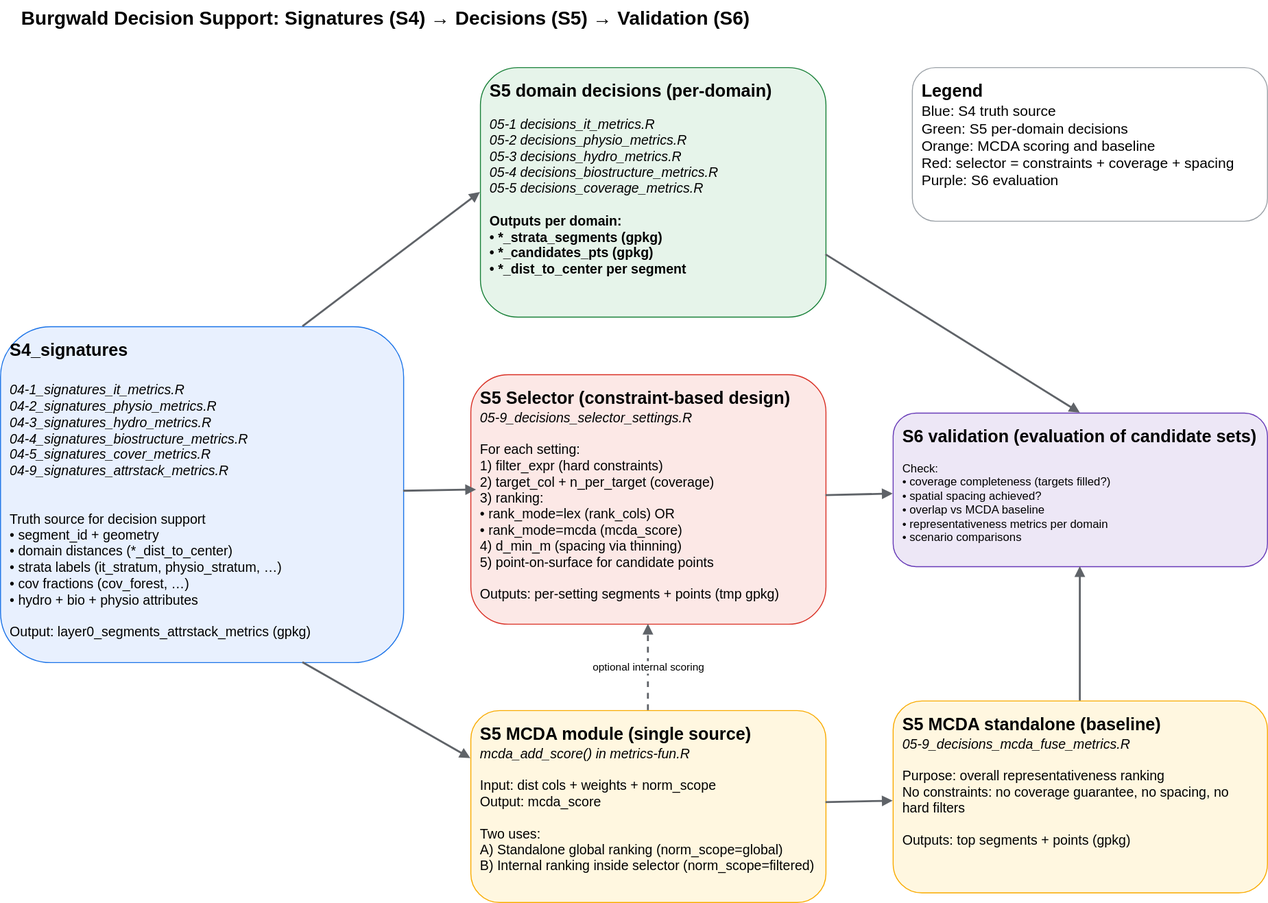
Before: images/05-9-overall-decision-path.drawio.svg, a diagram exported from draw.io (gisma-courses/LV-19-d19-006-25). Source tidied: cells renumbered, new cells last; positions are measured from the earlier drawing's top-left corner, leaving out a move shared by most shapes.
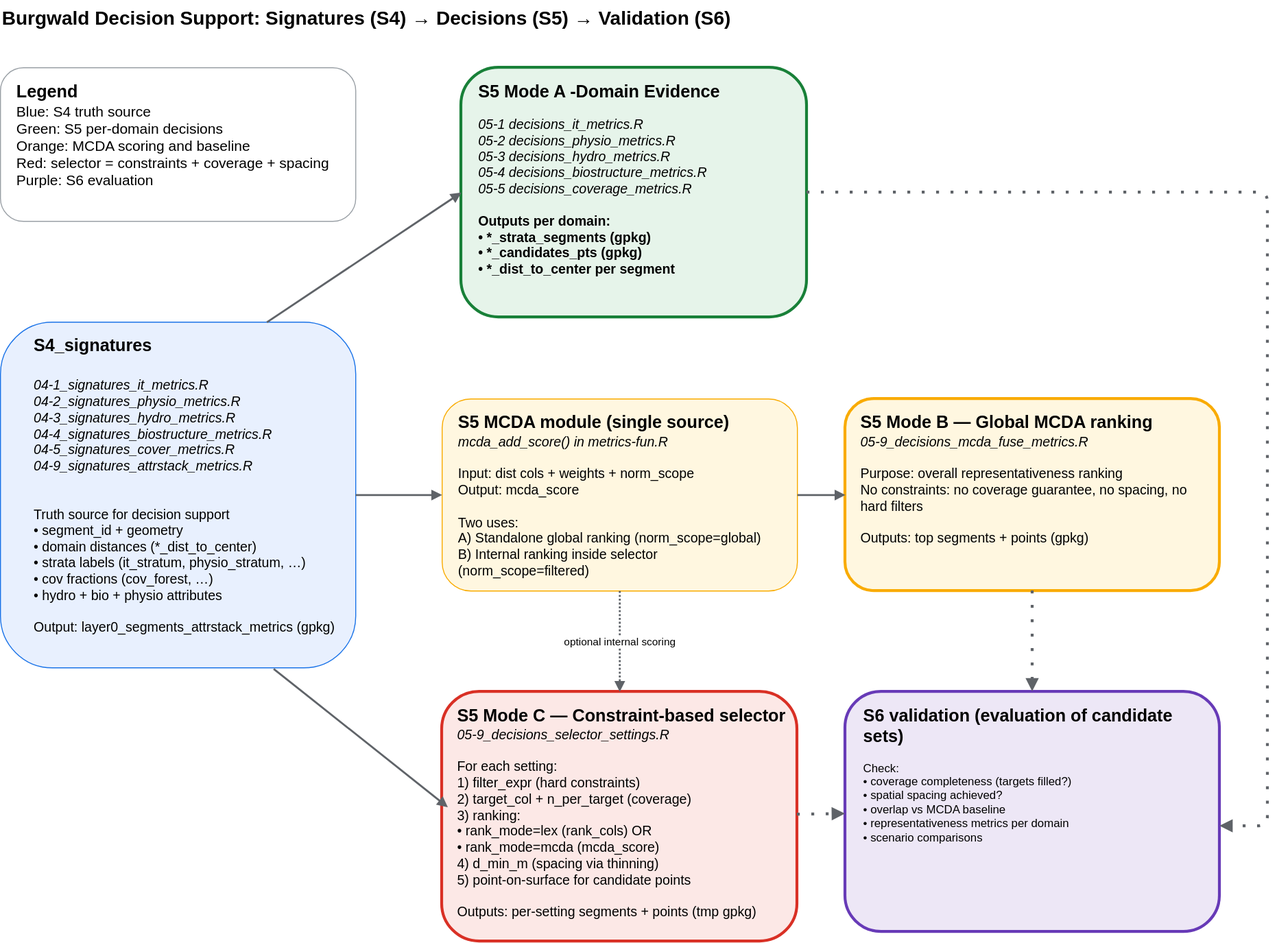
The same file after the commit.

Change to the diagram source:
```diff
@@ -5,50 +5,56 @@
     <mxCell id="2" value="Burgwald Decision Support: Signatures (S4) → Decisions (S5) → Validation (S6)" style="text;html=1;strokeColor=none;fillColor=none;align=left;verticalAlign=top;fontSize=20;fontStyle=1;" parent="1" vertex="1">
       <mxGeometry x="20" width="1200" height="40" as="geometry" />
     </mxCell>
-    <mxCell id="3" value="&lt;font style=&quot;font-size: 18px;&quot;&gt;&lt;b&gt;S4_signatures&lt;/b&gt;&lt;/font&gt;&lt;div&gt;&lt;font style=&quot;font-size: 18px;&quot;&gt;&lt;b&gt;&lt;br&gt;&lt;/b&gt;&lt;/font&gt;&lt;/div&gt;&lt;div&gt;&lt;font style=&quot;font-size: 14px;&quot;&gt;&lt;i&gt;&lt;div style=&quot;&quot;&gt;04-1_signatures_it_metrics.R&lt;/div&gt;&lt;div style=&quot;&quot;&gt;04-2_signatures_physio_metrics.R&lt;/div&gt;&lt;div style=&quot;&quot;&gt;04-3_signatures_hydro_metrics.R&lt;/div&gt;&lt;div style=&quot;&quot;&gt;04-4_signatures_biostructure_metrics.R&lt;/div&gt;&lt;div style=&quot;&quot;&gt;04-5_signatures_cover_metrics.R&lt;/div&gt;&lt;div style=&quot;&quot;&gt;04-9_signatures_attrstack_metrics.R&lt;/div&gt;&lt;/i&gt;&lt;/font&gt;&lt;font style=&quot;font-size: 14px;&quot;&gt;&lt;br&gt;&lt;br&gt;Truth source for decision support&lt;br&gt;• segment_id + geometry&lt;br&gt;• domain distances (*_dist_to_center)&lt;br&gt;• strata labels (it_stratum, physio_stratum, …)&lt;br&gt;• cov fractions (cov_forest, …)&lt;br&gt;• hydro + bio + physio attributes&lt;/font&gt;&lt;div&gt;&lt;font style=&quot;font-size: 14px;&quot;&gt;&lt;br&gt;&lt;/font&gt;&lt;/div&gt;&lt;div&gt;&lt;font style=&quot;font-size: 14px;&quot;&gt;Output: layer0_segments_attrstack_metrics (gpkg)&lt;/font&gt;&lt;/div&gt;&lt;/div&gt;" style="rounded=1;whiteSpace=wrap;html=1;fillColor=#E8F0FE;strokeColor=#1A73E8;fontSize=12;align=left;verticalAlign=top;spacing=10;" parent="1" vertex="1">
-      <mxGeometry y="340" width="420" height="350" as="geometry" />
+    <mxCell id="3" value="&lt;font style=&quot;font-size: 18px;&quot;&gt;&lt;b&gt;S4_signatures&lt;/b&gt;&lt;/font&gt;&lt;div&gt;&lt;font style=&quot;font-size: 18px;&quot;&gt;&lt;b&gt;&lt;br&gt;&lt;/b&gt;&lt;/font&gt;&lt;/div&gt;&lt;div&gt;&lt;font style=&quot;font-size: 14px;&quot;&gt;&lt;i&gt;&lt;div style=&quot;&quot;&gt;04-1_signatures_it_metrics.R&lt;/div&gt;&lt;div style=&quot;&quot;&gt;04-2_signatures_physio_metrics.R&lt;/div&gt;&lt;div style=&quot;&quot;&gt;04-3_signatures_hydro_metrics.R&lt;/div&gt;&lt;div style=&quot;&quot;&gt;04-4_signatures_biostructure_metrics.R&lt;/div&gt;&lt;div style=&quot;&quot;&gt;04-5_signatures_cover_metrics.R&lt;/div&gt;&lt;div style=&quot;&quot;&gt;04-9_signatures_attrstack_metrics.R&lt;/div&gt;&lt;/i&gt;&lt;/font&gt;&lt;font style=&quot;font-size: 14px;&quot;&gt;&lt;br&gt;&lt;br&gt;Truth source for decision support&lt;br&gt;• segment_id + geometry&lt;br&gt;• domain distances (*_dist_to_center)&lt;br&gt;• strata labels (it_stratum, physio_stratum, …)&lt;br&gt;• cov fractions (cov_forest, …)&lt;br&gt;• hydro + bio + physio attributes&lt;/font&gt;&lt;div&gt;&lt;font style=&quot;font-size: 14px;&quot;&gt;&lt;br&gt;&lt;/font&gt;&lt;/div&gt;&lt;div&gt;&lt;font style=&quot;font-size: 14px;&quot;&gt;Output: layer0_segments_attrstack_metrics (gpkg)&lt;/font&gt;&lt;/div&gt;&lt;/div&gt;" style="rounded=1;whiteSpace=wrap;html=1;fillColor=#E8F0FE;strokeColor=#1A73E8;fontSize=12;align=left;verticalAlign=top;spacing=10;spacingLeft=25;" parent="1" vertex="1">
+      <mxGeometry x="20" y="335" width="370" height="360" as="geometry" />
     </mxCell>
-    <mxCell id="4" value="&lt;font style=&quot;font-weight: bold; font-size: 18px;&quot;&gt;S5 domain decisions (per-domain)&lt;br&gt;&lt;/font&gt;&lt;br&gt;&lt;font style=&quot;font-size: 14px;&quot;&gt;&lt;i style=&quot;&quot;&gt;05-1 decisions_it_metrics.R&lt;br&gt;05-2 decisions_physio_metrics.R&lt;br&gt;05-3 decisions_hydro_metrics.R&lt;br&gt;05-4 decisions_biostructure_metrics.R&lt;br&gt;05-5 decisions_coverage_metrics.R&lt;/i&gt;&lt;br&gt;&lt;br&gt;&lt;b&gt;Outputs per domain:&lt;/b&gt;&lt;br&gt;&lt;b&gt;• *_strata_segments (gpkg)&lt;/b&gt;&lt;br&gt;&lt;b&gt;• *_candidates_pts (gpkg)&lt;/b&gt;&lt;br&gt;&lt;b&gt;• *_dist_to_center per segment&lt;/b&gt;&lt;/font&gt;" style="rounded=1;whiteSpace=wrap;html=1;fillColor=#E6F4EA;strokeColor=#188038;fontSize=12;align=left;verticalAlign=top;spacing=10;" parent="1" vertex="1">
+    <mxCell id="4" value="&lt;font style=&quot;font-weight: bold; font-size: 18px;&quot;&gt;S5 Mode A -Domain Evidence&lt;br&gt;&lt;/font&gt;&lt;br&gt;&lt;font style=&quot;font-size: 14px;&quot;&gt;&lt;i style=&quot;&quot;&gt;05-1 decisions_it_metrics.R&lt;br&gt;05-2 decisions_physio_metrics.R&lt;br&gt;05-3 decisions_hydro_metrics.R&lt;br&gt;05-4 decisions_biostructure_metrics.R&lt;br&gt;05-5 decisions_coverage_metrics.R&lt;/i&gt;&lt;br&gt;&lt;br&gt;&lt;b&gt;Outputs per domain:&lt;/b&gt;&lt;br&gt;&lt;b&gt;• *_strata_segments (gpkg)&lt;/b&gt;&lt;br&gt;&lt;b&gt;• *_candidates_pts (gpkg)&lt;/b&gt;&lt;br&gt;&lt;b&gt;• *_dist_to_center per segment&lt;/b&gt;&lt;/font&gt;" style="rounded=1;whiteSpace=wrap;html=1;fillColor=#E6F4EA;strokeColor=#188038;fontSize=12;align=left;verticalAlign=top;spacing=10;strokeWidth=3;spacingLeft=8;" parent="1" vertex="1">
       <mxGeometry x="500" y="70" width="360" height="260" as="geometry" />
     </mxCell>
     <mxCell id="5" style="endArrow=block;html=1;strokeWidth=2;strokeColor=#5F6368;exitX=0.75;exitY=0;exitDx=0;exitDy=0;entryX=0;entryY=0.5;entryDx=0;entryDy=0;" parent="1" edge="1" source="3" target="4">
       <mxGeometry relative="1" as="geometry" />
     </mxCell>
-    <mxCell id="6" value="&lt;font style=&quot;font-size: 18px;&quot;&gt;&lt;b&gt;S5 MCDA module (single source)&lt;/b&gt;&lt;/font&gt;&lt;br&gt;&lt;font style=&quot;font-size: 14px;&quot;&gt;&lt;i&gt;mcda_add_score() in metrics-fun.R&lt;br&gt;&lt;/i&gt;&lt;br&gt;Input: dist cols + weights + norm_scope&lt;br&gt;Output: mcda_score&lt;br&gt;&lt;br&gt;Two uses:&lt;br&gt;A) Standalone global ranking (norm_scope=global)&lt;br&gt;B) Internal ranking inside selector (norm_scope=filtered)&lt;/font&gt;" style="rounded=1;whiteSpace=wrap;html=1;fillColor=#FFF7E0;strokeColor=#F9AB00;fontSize=12;align=left;verticalAlign=top;spacing=10;" parent="1" vertex="1">
-      <mxGeometry x="490" y="740" width="370" height="200" as="geometry" />
+    <mxCell id="6" value="&lt;font style=&quot;font-size: 18px;&quot;&gt;&lt;b&gt;S5 MCDA module (single source)&lt;/b&gt;&lt;/font&gt;&lt;br&gt;&lt;font style=&quot;font-size: 14px;&quot;&gt;&lt;i&gt;mcda_add_score() in metrics-fun.R&lt;br&gt;&lt;/i&gt;&lt;br&gt;Input: dist cols + weights + norm_scope&lt;br&gt;Output: mcda_score&lt;br&gt;&lt;br&gt;Two uses:&lt;br&gt;A) Standalone global ranking (norm_scope=global)&lt;br&gt;B) Internal ranking inside selector (norm_scope=filtered)&lt;/font&gt;" style="rounded=1;whiteSpace=wrap;html=1;fillColor=#FFF7E0;strokeColor=#F9AB00;fontSize=12;align=left;verticalAlign=top;spacing=10;spacingLeft=7;" parent="1" vertex="1">
+      <mxGeometry x="480" y="415" width="370" height="200" as="geometry" />
     </mxCell>
-    <mxCell id="7" value="&lt;font style=&quot;font-size: 18px;&quot;&gt;&lt;b&gt;S5 MCDA standalone (baseline)&lt;/b&gt;&lt;/font&gt;&lt;br&gt;&lt;font style=&quot;font-size: 14px;&quot;&gt;&lt;i&gt;05-9_decisions_mcda_fuse_metrics.R&lt;/i&gt;&lt;br&gt;&lt;br&gt;Purpose: overall representativeness ranking&lt;br&gt;No constraints: no coverage guarantee, no spacing, no hard filters&lt;br&gt;&lt;br&gt;Outputs: top segments + points (gpkg)&lt;/font&gt;" style="rounded=1;whiteSpace=wrap;html=1;fillColor=#FFF7E0;strokeColor=#F9AB00;fontSize=12;align=left;verticalAlign=top;spacing=10;" parent="1" vertex="1">
-      <mxGeometry x="930" y="730" width="390" height="200" as="geometry" />
+    <mxCell id="7" value="&lt;font style=&quot;font-size: 18px;&quot;&gt;&lt;b&gt;S5&amp;nbsp;&lt;/b&gt;&lt;/font&gt;&lt;span style=&quot;font-size: 18px;&quot;&gt;&lt;b&gt;Mode B — Global MCDA ranking&lt;/b&gt;&lt;/span&gt;&lt;br&gt;&lt;font style=&quot;font-size: 14px;&quot;&gt;&lt;i&gt;05-9_decisions_mcda_fuse_metrics.R&lt;/i&gt;&lt;br&gt;&lt;br&gt;Purpose: overall representativeness ranking&lt;br&gt;No constraints: no coverage guarantee, no spacing, no hard filters&lt;br&gt;&lt;br&gt;Outputs: top segments + points (gpkg)&lt;/font&gt;" style="rounded=1;whiteSpace=wrap;html=1;fillColor=#FFF7E0;strokeColor=#F9AB00;fontSize=12;align=left;verticalAlign=top;spacing=10;strokeWidth=3;spacingLeft=6;" parent="1" vertex="1">
+      <mxGeometry x="900" y="415" width="390" height="200" as="geometry" />
     </mxCell>
     <mxCell id="8" style="endArrow=block;html=1;strokeWidth=2;strokeColor=#5F6368;" parent="1" edge="1" source="6" target="7">
       <mxGeometry relative="1" as="geometry" />
     </mxCell>
-    <mxCell id="9" style="endArrow=block;html=1;strokeWidth=2;strokeColor=#5F6368;entryX=0;entryY=0.25;entryDx=0;entryDy=0;exitX=0.75;exitY=1;exitDx=0;exitDy=0;" parent="1" edge="1" source="3" target="6">
+    <mxCell id="9" style="endArrow=block;html=1;strokeWidth=2;strokeColor=#5F6368;entryX=0;entryY=0.5;entryDx=0;entryDy=0;exitX=1;exitY=0.5;exitDx=0;exitDy=0;" parent="1" edge="1" source="3" target="6">
       <mxGeometry relative="1" as="geometry" />
     </mxCell>
-    <mxCell id="10" value="&lt;font style=&quot;font-size: 18px;&quot;&gt;&lt;b&gt;S5 Selector (constraint-based design)&lt;br&gt;&lt;/b&gt;&lt;/font&gt;&lt;font style=&quot;font-size: 14px;&quot;&gt;&lt;i&gt;05-9_decisions_selector_settings.R&lt;br&gt;&lt;/i&gt;&lt;br&gt;For each setting:&lt;br&gt;1) filter_expr (hard constraints)&lt;br&gt;2) target_col + n_per_target (coverage)&lt;br&gt;3) ranking:&lt;br&gt;   • rank_mode=lex (rank_cols) OR&lt;br&gt;   • rank_mode=mcda (mcda_score)&lt;br&gt;4) d_min_m (spacing via thinning)&lt;br&gt;5) point-on-surface for candidate points&lt;br&gt;&lt;br&gt;Outputs: per-setting segments + points (tmp gpkg)&lt;/font&gt;" style="rounded=1;whiteSpace=wrap;html=1;fillColor=#FCE8E6;strokeColor=#D93025;fontSize=12;align=left;verticalAlign=top;spacing=10;" parent="1" vertex="1">
-      <mxGeometry x="490" y="390" width="370" height="260" as="geometry" />
+    <mxCell id="10" value="&lt;font style=&quot;&quot;&gt;&lt;b style=&quot;font-size: 18px;&quot;&gt;S5 &lt;/b&gt;&lt;span style=&quot;font-size: 18px;&quot;&gt;&lt;b&gt;Mode C — Constraint-based selector&lt;/b&gt;&lt;/span&gt;&lt;br&gt;&lt;/font&gt;&lt;font style=&quot;font-size: 14px;&quot;&gt;&lt;i&gt;05-9_decisions_selector_settings.R&lt;br&gt;&lt;/i&gt;&lt;br&gt;For each setting:&lt;br&gt;1) filter_expr (hard constraints)&lt;br&gt;2) target_col + n_per_target (coverage)&lt;br&gt;3) ranking:&lt;br&gt;   • rank_mode=lex (rank_cols) OR&lt;br&gt;   • rank_mode=mcda (mcda_score)&lt;br&gt;4) d_min_m (spacing via thinning)&lt;br&gt;5) point-on-surface for candidate points&lt;br&gt;&lt;br&gt;Outputs: per-setting segments + points (tmp gpkg)&lt;/font&gt;" style="rounded=1;whiteSpace=wrap;html=1;fillColor=#FCE8E6;strokeColor=#D93025;fontSize=12;align=left;verticalAlign=top;spacing=10;strokeWidth=3;spacingLeft=6;" parent="1" vertex="1">
+      <mxGeometry x="480" y="720" width="370" height="260" as="geometry" />
     </mxCell>
-    <mxCell id="11" style="endArrow=block;html=1;strokeWidth=2;strokeColor=#5F6368;entryX=0.016;entryY=0.462;entryDx=0;entryDy=0;entryPerimeter=0;" parent="1" edge="1" source="3" target="10">
+    <mxCell id="11" style="endArrow=block;html=1;strokeWidth=2;strokeColor=#5F6368;entryX=0.016;entryY=0.462;entryDx=0;entryDy=0;entryPerimeter=0;exitX=0.769;exitY=1.003;exitDx=0;exitDy=0;exitPerimeter=0;" parent="1" edge="1" source="3" target="10">
       <mxGeometry relative="1" as="geometry" />
     </mxCell>
-    <mxCell id="12" value="optional internal scoring" style="endArrow=block;html=1;strokeWidth=2;strokeColor=#5F6368;dashed=1;exitX=0.5;exitY=0;exitDx=0;exitDy=0;entryX=0.5;entryY=1;entryDx=0;entryDy=0;" parent="1" edge="1" source="6" target="10">
+    <mxCell id="12" value="optional internal scoring" style="endArrow=block;html=1;strokeWidth=2;strokeColor=#5F6368;dashed=1;exitX=0.5;exitY=1;exitDx=0;exitDy=0;entryX=0.5;entryY=0;entryDx=0;entryDy=0;dashPattern=1 1;" parent="1" edge="1" source="6" target="10">
       <mxGeometry relative="1" as="geometry" />
     </mxCell>
-    <mxCell id="13" value="&lt;font style=&quot;font-size: 18px;&quot;&gt;&lt;b&gt;S6 validation (evaluation of candidate sets)&lt;br&gt;&lt;/b&gt;&lt;/font&gt;&lt;br&gt;Check:&lt;br&gt;• coverage completeness (targets filled?)&lt;br&gt;• spatial spacing achieved?&lt;br&gt;• overlap vs MCDA baseline&lt;br&gt;• representativeness metrics per domain&lt;br&gt;• scenario comparisons" style="rounded=1;whiteSpace=wrap;html=1;fillColor=#EDE7F6;strokeColor=#673AB7;fontSize=12;align=left;verticalAlign=top;spacing=10;" parent="1" vertex="1">
-      <mxGeometry x="930" y="430" width="390" height="160" as="geometry" />
+    <mxCell id="13" value="&lt;font style=&quot;font-size: 18px;&quot;&gt;&lt;b&gt;S6 validation (evaluation of candidate sets)&lt;br&gt;&lt;/b&gt;&lt;/font&gt;&lt;br&gt;Check:&lt;br&gt;• coverage completeness (targets filled?)&lt;br&gt;• spatial spacing achieved?&lt;br&gt;• overlap vs MCDA baseline&lt;br&gt;• representativeness metrics per domain&lt;br&gt;• scenario comparisons" style="rounded=1;whiteSpace=wrap;html=1;fillColor=#EDE7F6;strokeColor=#673AB7;fontSize=12;align=left;verticalAlign=top;spacing=10;strokeWidth=3;spacingLeft=9;" parent="1" vertex="1">
+      <mxGeometry x="900" y="720" width="390" height="250" as="geometry" />
     </mxCell>
-    <mxCell id="14" style="endArrow=block;html=1;strokeWidth=2;strokeColor=#5F6368;" parent="1" edge="1" source="7" target="13">
+    <mxCell id="14" style="endArrow=block;html=1;strokeWidth=3;strokeColor=#5F6368;dashed=1;dashPattern=1 4;" parent="1" edge="1" source="7" target="13">
       <mxGeometry relative="1" as="geometry" />
     </mxCell>
-    <mxCell id="15" style="endArrow=block;html=1;strokeWidth=2;strokeColor=#5F6368;" parent="1" edge="1" source="10" target="13">
+    <mxCell id="15" style="endArrow=block;html=1;strokeWidth=3;strokeColor=#5F6368;dashed=1;dashPattern=1 4;" parent="1" edge="1" source="10" target="13">
       <mxGeometry relative="1" as="geometry" />
     </mxCell>
-    <mxCell id="16" style="endArrow=block;html=1;strokeWidth=2;strokeColor=#5F6368;entryX=0.5;entryY=0;entryDx=0;entryDy=0;exitX=1;exitY=0.75;exitDx=0;exitDy=0;" parent="1" edge="1" source="4" target="13">
-      <mxGeometry relative="1" as="geometry" />
+    <mxCell id="16" style="endArrow=block;html=1;strokeWidth=3;strokeColor=#5F6368;entryX=1;entryY=0.56;entryDx=0;entryDy=0;exitX=1;exitY=0.5;exitDx=0;exitDy=0;entryPerimeter=0;dashed=1;dashPattern=1 4;" parent="1" edge="1" source="4" target="13">
+      <mxGeometry relative="1" as="geometry">
+        <Array as="points">
+          <mxPoint x="1340" y="200" />
+          <mxPoint x="1340" y="530" />
+          <mxPoint x="1340" y="860" />
+        </Array>
+      </mxGeometry>
     </mxCell>
-    <mxCell id="17" value="&lt;font style=&quot;font-size: 18px;&quot;&gt;&lt;b&gt;Legend&lt;/b&gt;&lt;/font&gt;&lt;br&gt;&lt;font style=&quot;color: light-dark(rgb(0, 0, 0), rgb(51, 153, 255));&quot;&gt;&lt;font&gt;Blue: S4 truth source&lt;/font&gt;&lt;br&gt;&lt;/font&gt;&lt;font style=&quot;color: light-dark(rgb(0, 0, 0), rgb(0, 153, 77));&quot;&gt;Green: S5 per-domain decisions&lt;br&gt;&lt;/font&gt;&lt;font style=&quot;color: light-dark(rgb(0, 0, 0), rgb(255, 128, 0));&quot;&gt;Orange: MCDA scoring and baseline&lt;br&gt;&lt;/font&gt;&lt;font style=&quot;color: light-dark(rgb(0, 0, 0), rgb(255, 0, 0));&quot;&gt;Red: selector = constraints + coverage + spacing&lt;br&gt;&lt;/font&gt;&lt;font style=&quot;color: light-dark(rgb(0, 0, 0), rgb(51, 0, 102));&quot;&gt;Purple: S6 evaluation&lt;/font&gt;" style="rounded=1;whiteSpace=wrap;html=1;fillColor=#FFFFFF;strokeColor=#9AA0A6;fontSize=15;align=left;verticalAlign=top;spacing=10;" parent="1" vertex="1">
-      <mxGeometry x="950" y="70" width="370" height="160" as="geometry" />
+    <mxCell id="17" value="&lt;font style=&quot;font-size: 18px;&quot;&gt;&lt;b&gt;Legend&lt;/b&gt;&lt;/font&gt;&lt;br&gt;&lt;font style=&quot;color: light-dark(rgb(0, 0, 0), rgb(51, 153, 255));&quot;&gt;&lt;font&gt;Blue: S4 truth source&lt;/font&gt;&lt;br&gt;&lt;/font&gt;&lt;font style=&quot;color: light-dark(rgb(0, 0, 0), rgb(0, 153, 77));&quot;&gt;Green: S5 per-domain decisions&lt;br&gt;&lt;/font&gt;&lt;font style=&quot;color: light-dark(rgb(0, 0, 0), rgb(255, 128, 0));&quot;&gt;Orange: MCDA scoring and baseline&lt;br&gt;&lt;/font&gt;&lt;font style=&quot;color: light-dark(rgb(0, 0, 0), rgb(255, 0, 0));&quot;&gt;Red: selector = constraints + coverage + spacing&lt;br&gt;&lt;/font&gt;&lt;font style=&quot;color: light-dark(rgb(0, 0, 0), rgb(51, 0, 102));&quot;&gt;Purple: S6 evaluation&lt;/font&gt;" style="rounded=1;whiteSpace=wrap;html=1;fillColor=#FFFFFF;strokeColor=#9AA0A6;fontSize=15;align=left;verticalAlign=top;spacing=10;spacingLeft=7;" parent="1" vertex="1">
+      <mxGeometry x="20" y="70" width="370" height="160" as="geometry" />
     </mxCell>
   </root>
 </mxGraphModel>
```
